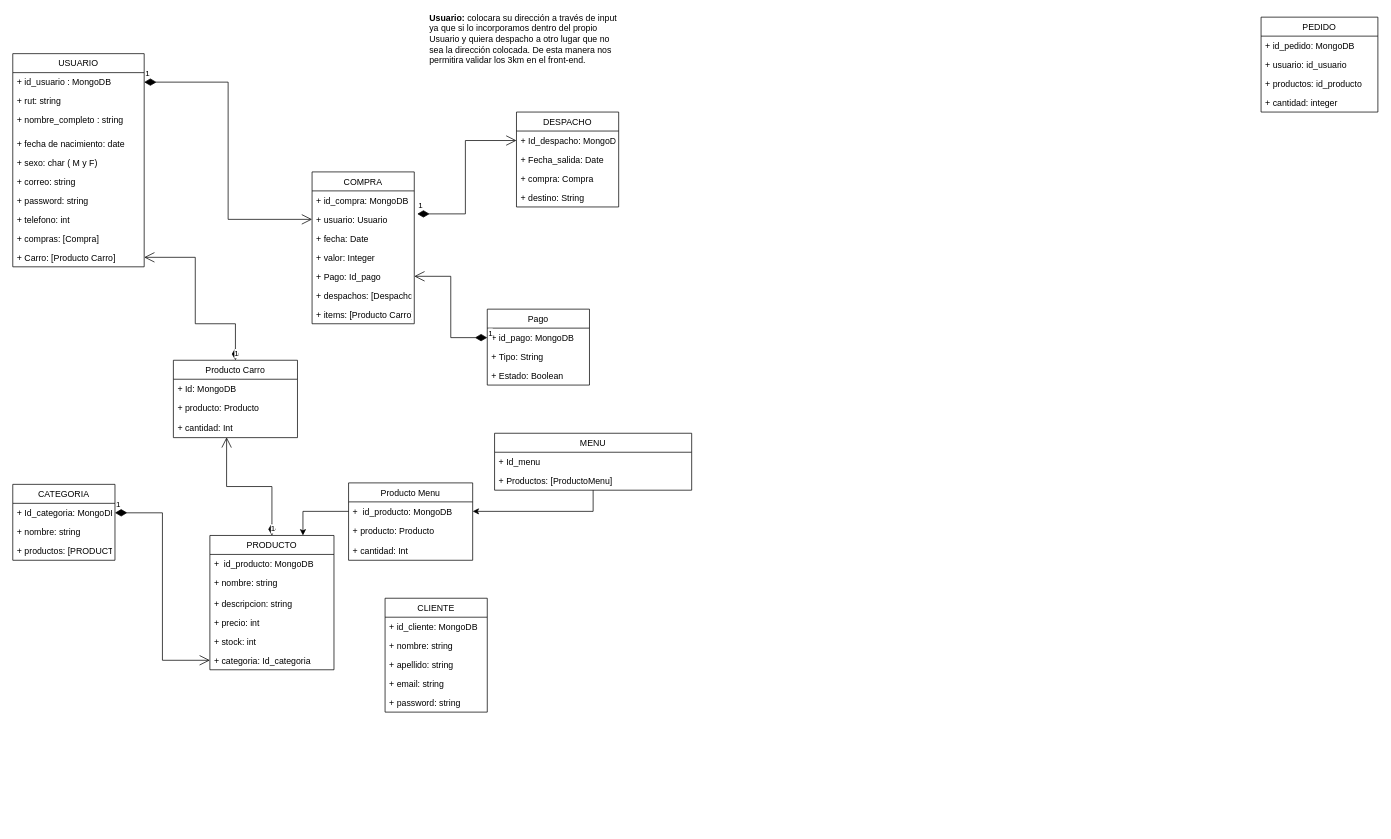
Before: database/base_de_datos.drawio in cgarrido2001/los_shipitia, a draw.io diagram. Source tidied: cells renumbered, new cells numbered last; positions are measured from the earlier drawing's top-left corner, leaving out a move shared by most shapes. Both pictures are drawn from the tidied source at 73%, with x=0, y=0 at pixel (12, 17).
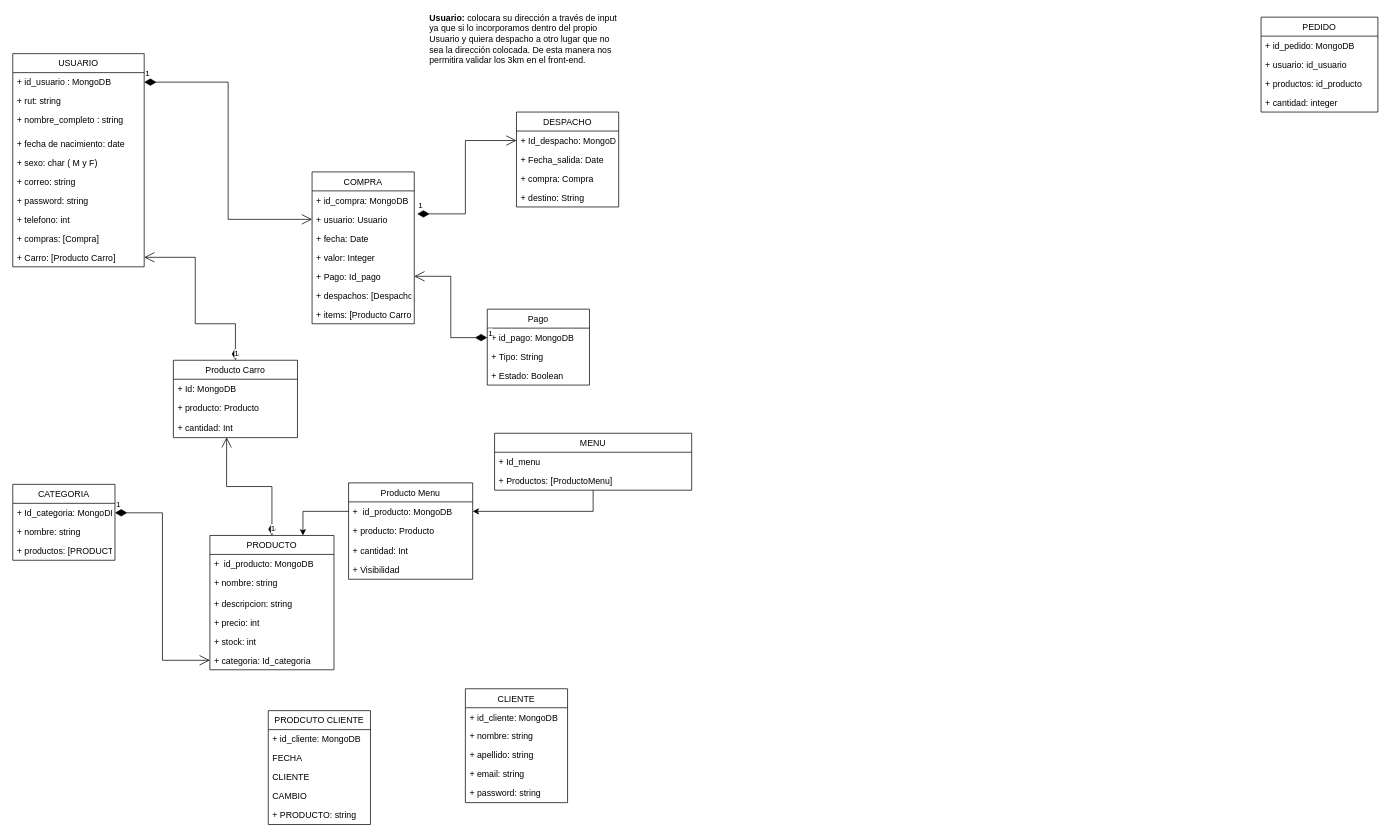
After the change.

Change to the diagram source:
```diff
@@
     <mxCell id="13" value="CLIENTE" style="swimlane;fontStyle=0;horizontal=1;startSize=26;fillColor=none;" parent="1" vertex="1">
-      <mxGeometry x="510" y="796" width="140" height="156" as="geometry" />
+      <mxGeometry x="620" y="920" width="140" height="156" as="geometry" />
     </mxCell>
@@
     <mxCell id="66" value="Producto Menu" style="swimlane;fontStyle=0;horizontal=1;startSize=26;fillColor=none;" parent="1" vertex="1">
-      <mxGeometry x="460" y="638" width="170" height="106" as="geometry" />
+      <mxGeometry x="460" y="638" width="170" height="132" as="geometry" />
     </mxCell>
@@
+    <mxCell id="72" value="+ Visibilidad " style="text;strokeColor=none;fillColor=none;align=left;verticalAlign=top;spacingLeft=4;spacingRight=4;overflow=hidden;" parent="66" vertex="1">
+      <mxGeometry y="106" width="170" height="26" as="geometry" />
+    </mxCell>
@@
+    <mxCell id="73" value="PRODCUTO CLIENTE" style="swimlane;fontStyle=0;horizontal=1;startSize=26;fillColor=none;" parent="1" vertex="1">
+      <mxGeometry x="350" y="950" width="140" height="156" as="geometry" />
+    </mxCell>
+    <mxCell id="74" value="+ id_cliente: MongoDB" style="text;strokeColor=none;fillColor=none;align=left;verticalAlign=top;spacingLeft=4;spacingRight=4;overflow=hidden;" parent="73" vertex="1">
+      <mxGeometry y="26" width="140" height="26" as="geometry" />
+    </mxCell>
+    <mxCell id="75" value="FECHA" style="text;strokeColor=none;fillColor=none;align=left;verticalAlign=top;spacingLeft=4;spacingRight=4;overflow=hidden;" parent="73" vertex="1">
+      <mxGeometry y="52" width="140" height="26" as="geometry" />
+    </mxCell>
+    <mxCell id="76" value="CLIENTE" style="text;strokeColor=none;fillColor=none;align=left;verticalAlign=top;spacingLeft=4;spacingRight=4;overflow=hidden;" parent="73" vertex="1">
+      <mxGeometry y="78" width="140" height="26" as="geometry" />
+    </mxCell>
+    <mxCell id="77" value="CAMBIO" style="text;strokeColor=none;fillColor=none;align=left;verticalAlign=top;spacingLeft=4;spacingRight=4;overflow=hidden;" parent="73" vertex="1">
+      <mxGeometry y="104" width="140" height="26" as="geometry" />
+    </mxCell>
+    <mxCell id="78" value="+ PRODUCTO: string" style="text;strokeColor=none;fillColor=none;align=left;verticalAlign=top;spacingLeft=4;spacingRight=4;overflow=hidden;" parent="73" vertex="1">
+      <mxGeometry y="130" width="140" height="26" as="geometry" />
+    </mxCell>
```
